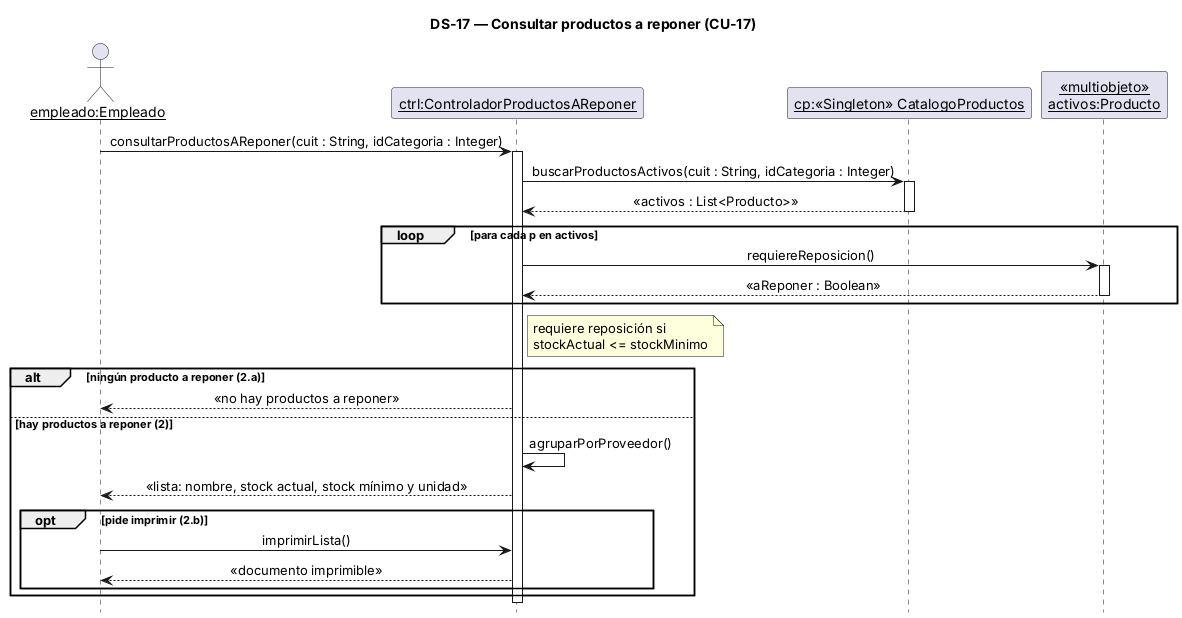
alanbalzaretti123/control-de-stock1 keeps this PlantUML diagram as 08-Diagrama De Secuencia/DS-17 Consultar productos a reponer.png. Above is the earlier version.
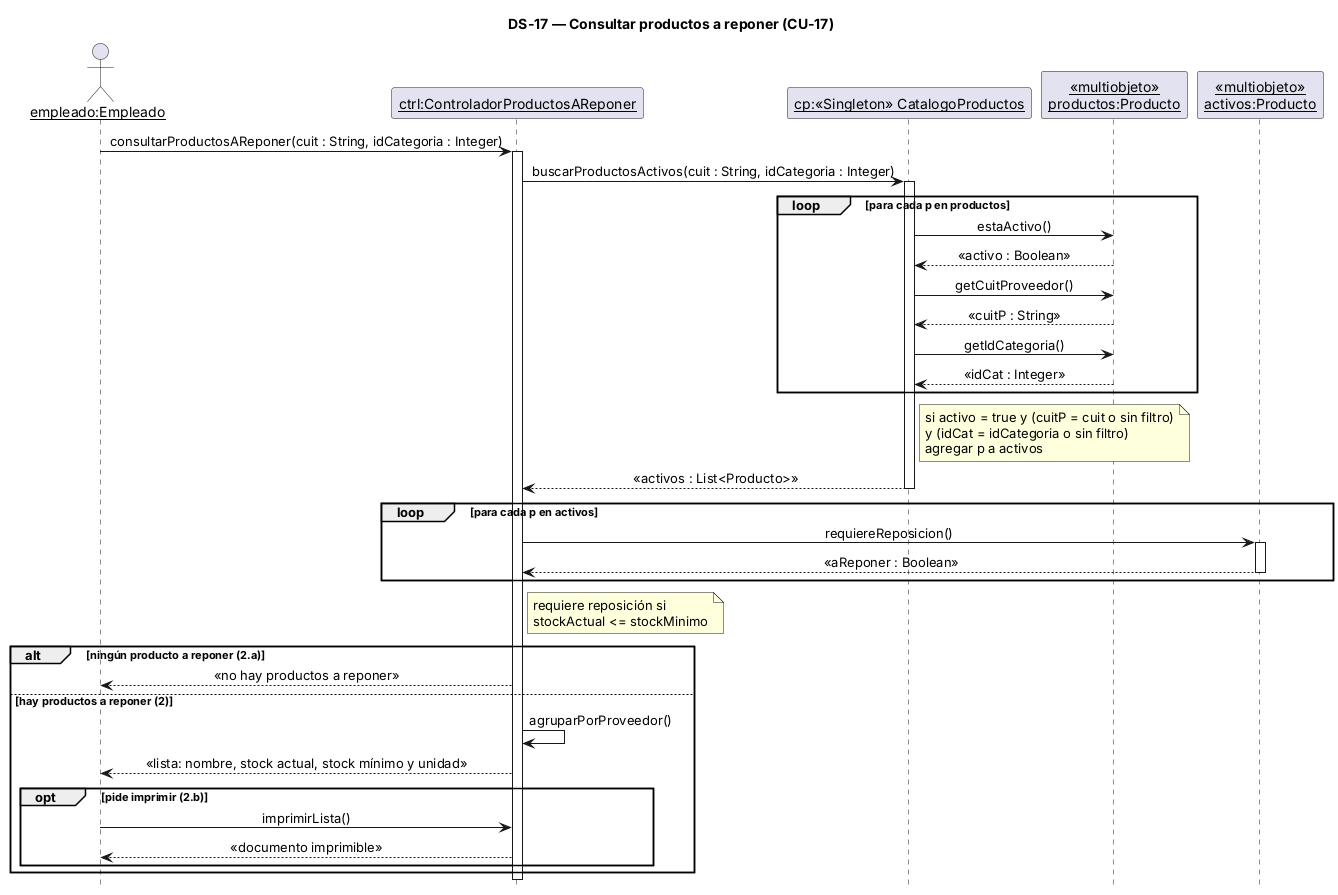
The same file after the commit.

Change to the diagram source:
```diff
@@ -8,12 +8,22 @@
 actor "empleado:Empleado" as U
 participant "ctrl:ControladorProductosAReponer" as C
 participant "cp:«Singleton» CatalogoProductos" as CP
+participant "«multiobjeto»\nproductos:Producto" as MPR
 participant "«multiobjeto»\nactivos:Producto" as P
 
 U -> C : consultarProductosAReponer(cuit : String, idCategoria : Integer)
 activate C
 C -> CP : buscarProductosActivos(cuit : String, idCategoria : Integer)
 activate CP
+loop para cada p en productos
+  CP -> MPR : estaActivo()
+  MPR --> CP : «activo : Boolean»
+  CP -> MPR : getCuitProveedor()
+  MPR --> CP : «cuitP : String»
+  CP -> MPR : getIdCategoria()
+  MPR --> CP : «idCat : Integer»
+end
+note right of CP : si activo = true y (cuitP = cuit o sin filtro)\ny (idCat = idCategoria o sin filtro)\nagregar p a activos
 CP --> C : «activos : List<Producto>»
 deactivate CP
 loop para cada p en activos
```
